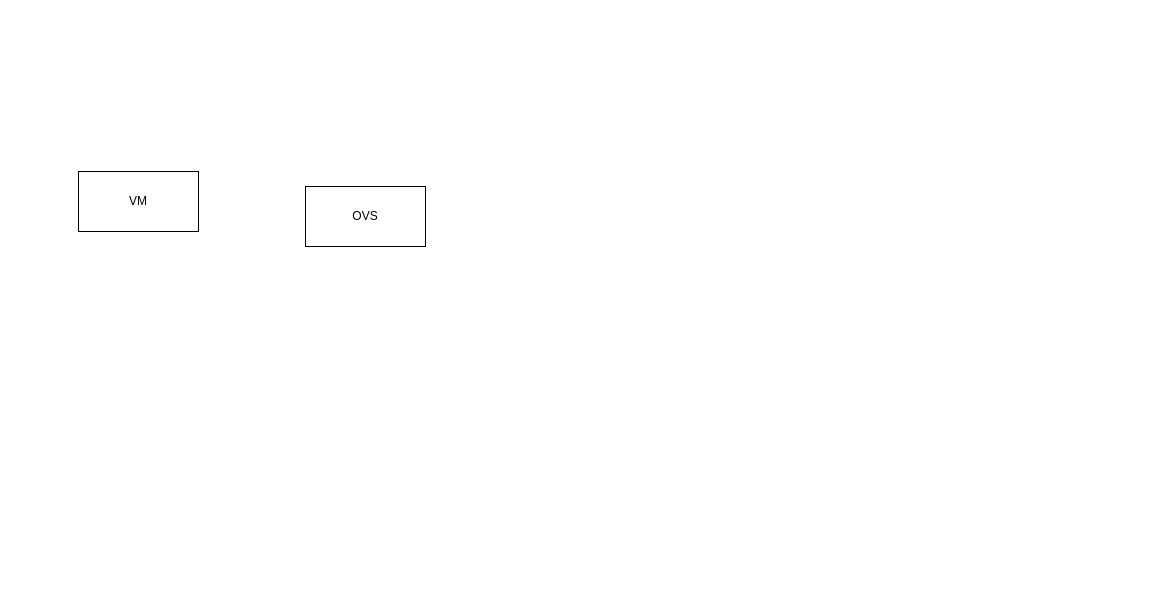
Earlier version of the draw.io diagram page "协议栈接收" (1 of 2) of kernel_network.drawio (imoceanking/drawio). Source tidied: cells renumbered, new cells numbered last; positions are measured from the earlier drawing's top-left corner, leaving out a move shared by most shapes. Both pictures are drawn from the tidied source at 100%, with x=0, y=0 at pixel (78, 171).
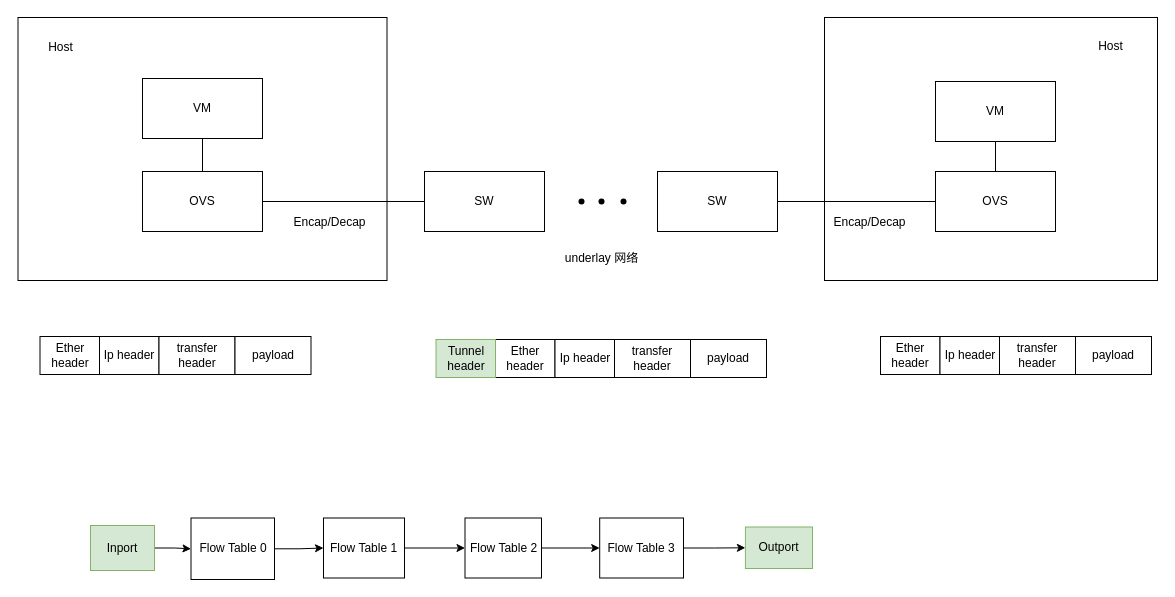
After the change.

Change to the diagram source:
```diff
@@
+    <mxCell id="4" style="rounded=0;whiteSpace=wrap;html=1;" parent="1" vertex="1">
+      <mxGeometry x="746" y="-154" width="333" height="263" as="geometry" />
+    </mxCell>
+    <mxCell id="5" style="rounded=0;whiteSpace=wrap;html=1;" parent="1" vertex="1">
+      <mxGeometry x="-60.5" y="-154" width="369" height="263" as="geometry" />
+    </mxCell>
     <mxCell id="2" value="OVS" style="rounded=0;whiteSpace=wrap;html=1;" parent="1" vertex="1">
-      <mxGeometry x="227" y="15" width="120" height="60" as="geometry" />
+      <mxGeometry x="64" width="120" height="60" as="geometry" />
     </mxCell>
     <mxCell id="3" value="VM" style="rounded=0;whiteSpace=wrap;html=1;" parent="1" vertex="1">
-      <mxGeometry width="120" height="60" as="geometry" />
+      <mxGeometry x="64" y="-93" width="120" height="60" as="geometry" />
     </mxCell>
+    <mxCell id="6" style="endArrow=none;html=1;rounded=0;exitX=0.5;exitY=1;exitDx=0;exitDy=0;entryX=0.5;entryY=0;entryDx=0;entryDy=0;" parent="1" edge="1" source="3" target="2">
+      <mxGeometry relative="1" as="geometry" />
+    </mxCell>
+    <mxCell id="7" value="OVS" style="rounded=0;whiteSpace=wrap;html=1;" parent="1" vertex="1">
+      <mxGeometry x="857" width="120" height="60" as="geometry" />
+    </mxCell>
+    <mxCell id="8" value="VM" style="rounded=0;whiteSpace=wrap;html=1;" parent="1" vertex="1">
+      <mxGeometry x="857" y="-90" width="120" height="60" as="geometry" />
+    </mxCell>
+    <mxCell id="9" style="endArrow=none;html=1;rounded=0;exitX=0.5;exitY=0;exitDx=0;exitDy=0;entryX=0.5;entryY=1;entryDx=0;entryDy=0;" parent="1" edge="1" source="7" target="8">
+      <mxGeometry relative="1" as="geometry" />
+    </mxCell>
+    <mxCell id="10" value="SW" style="rounded=0;whiteSpace=wrap;html=1;" parent="1" vertex="1">
+      <mxGeometry x="346" width="120" height="60" as="geometry" />
+    </mxCell>
+    <mxCell id="11" style="shape=waypoint;sketch=0;size=6;fillColor=none;perimeter=centerPerimeter;" parent="1" vertex="1">
+      <mxGeometry x="513" y="20" width="20" height="20" as="geometry" />
+    </mxCell>
+    <mxCell id="12" style="shape=waypoint;sketch=0;size=6;fillColor=none;perimeter=centerPerimeter;" parent="1" vertex="1">
+      <mxGeometry x="493" y="20" width="20" height="20" as="geometry" />
+    </mxCell>
+    <mxCell id="13" style="shape=waypoint;sketch=0;size=6;fillColor=none;perimeter=centerPerimeter;" parent="1" vertex="1">
+      <mxGeometry x="535" y="20" width="20" height="20" as="geometry" />
+    </mxCell>
+    <mxCell id="14" value="SW" style="rounded=0;whiteSpace=wrap;html=1;" parent="1" vertex="1">
+      <mxGeometry x="579" width="120" height="60" as="geometry" />
+    </mxCell>
+    <mxCell id="15" style="endArrow=none;html=1;rounded=0;exitX=1;exitY=0.5;exitDx=0;exitDy=0;entryX=0;entryY=0.5;entryDx=0;entryDy=0;" parent="1" edge="1" source="2" target="10">
+      <mxGeometry relative="1" as="geometry" />
+    </mxCell>
+    <mxCell id="16" style="endArrow=none;html=1;rounded=0;exitX=1;exitY=0.5;exitDx=0;exitDy=0;" parent="1" edge="1" source="14" target="7">
+      <mxGeometry relative="1" as="geometry" />
+    </mxCell>
+    <mxCell id="17" value="Host" style="text;html=1;align=center;verticalAlign=middle;strokeColor=none;fillColor=none;" parent="1" vertex="1">
+      <mxGeometry x="-40" y="-137" width="43" height="26" as="geometry" />
+    </mxCell>
+    <mxCell id="18" value="Host" style="text;html=1;align=center;verticalAlign=middle;strokeColor=none;fillColor=none;" parent="1" vertex="1">
+      <mxGeometry x="1010" y="-138" width="43" height="26" as="geometry" />
+    </mxCell>
+    <mxCell id="19" value="Encap/Decap" style="text;html=1;align=center;verticalAlign=middle;strokeColor=none;fillColor=none;" parent="1" vertex="1">
+      <mxGeometry x="206" y="38" width="90" height="26" as="geometry" />
+    </mxCell>
+    <mxCell id="20" value="Encap/Decap" style="text;html=1;align=center;verticalAlign=middle;strokeColor=none;fillColor=none;" parent="1" vertex="1">
+      <mxGeometry x="746" y="38" width="90" height="26" as="geometry" />
+    </mxCell>
+    <mxCell id="21" value="underlay 网络" style="text;html=1;align=center;verticalAlign=middle;strokeColor=none;fillColor=none;" parent="1" vertex="1">
+      <mxGeometry x="477.5" y="74" width="91" height="26" as="geometry" />
+    </mxCell>
+    <mxCell id="22" value="Ether header" style="rounded=0;whiteSpace=wrap;html=1;" parent="1" vertex="1">
+      <mxGeometry x="-38.5" y="165" width="59.5" height="38" as="geometry" />
+    </mxCell>
+    <mxCell id="23" value="Ip header" style="rounded=0;whiteSpace=wrap;html=1;" parent="1" vertex="1">
+      <mxGeometry x="21" y="165" width="59.5" height="38" as="geometry" />
+    </mxCell>
+    <mxCell id="24" value="transfer header" style="rounded=0;whiteSpace=wrap;html=1;" parent="1" vertex="1">
+      <mxGeometry x="80.5" y="165" width="76" height="38" as="geometry" />
+    </mxCell>
+    <mxCell id="25" value="payload" style="rounded=0;whiteSpace=wrap;html=1;" parent="1" vertex="1">
+      <mxGeometry x="156.5" y="165" width="76" height="38" as="geometry" />
+    </mxCell>
+    <mxCell id="26" value="Ether header" style="rounded=0;whiteSpace=wrap;html=1;" parent="1" vertex="1">
+      <mxGeometry x="802" y="165" width="59.5" height="38" as="geometry" />
+    </mxCell>
+    <mxCell id="27" value="Ip header" style="rounded=0;whiteSpace=wrap;html=1;" parent="1" vertex="1">
+      <mxGeometry x="861.5" y="165" width="59.5" height="38" as="geometry" />
+    </mxCell>
+    <mxCell id="28" value="transfer header" style="rounded=0;whiteSpace=wrap;html=1;" parent="1" vertex="1">
+      <mxGeometry x="921" y="165" width="76" height="38" as="geometry" />
+    </mxCell>
+    <mxCell id="29" value="payload" style="rounded=0;whiteSpace=wrap;html=1;" parent="1" vertex="1">
+      <mxGeometry x="997" y="165" width="76" height="38" as="geometry" />
+    </mxCell>
+    <mxCell id="30" value="Ether header" style="rounded=0;whiteSpace=wrap;html=1;" parent="1" vertex="1">
+      <mxGeometry x="417" y="168" width="59.5" height="38" as="geometry" />
+    </mxCell>
+    <mxCell id="31" value="Ip header" style="rounded=0;whiteSpace=wrap;html=1;" parent="1" vertex="1">
+      <mxGeometry x="476.5" y="168" width="59.5" height="38" as="geometry" />
+    </mxCell>
+    <mxCell id="32" value="transfer header" style="rounded=0;whiteSpace=wrap;html=1;" parent="1" vertex="1">
+      <mxGeometry x="536" y="168" width="76" height="38" as="geometry" />
+    </mxCell>
+    <mxCell id="33" value="payload" style="rounded=0;whiteSpace=wrap;html=1;" parent="1" vertex="1">
+      <mxGeometry x="612" y="168" width="76" height="38" as="geometry" />
+    </mxCell>
+    <mxCell id="34" value="Tunnel header" style="rounded=0;whiteSpace=wrap;html=1;fillColor=#d5e8d4;strokeColor=#82b366;" parent="1" vertex="1">
+      <mxGeometry x="357.5" y="168" width="59.5" height="38" as="geometry" />
+    </mxCell>
+    <mxCell id="35" style="edgeStyle=orthogonalEdgeStyle;rounded=0;jettySize=auto;html=1;" parent="1" edge="1" source="36" target="38">
+      <mxGeometry relative="1" as="geometry" />
+    </mxCell>
+    <mxCell id="36" value="Inport" style="rounded=0;whiteSpace=wrap;html=1;fillColor=#d5e8d4;strokeColor=#82b366;" parent="1" vertex="1">
+      <mxGeometry x="12" y="354" width="64" height="45" as="geometry" />
+    </mxCell>
+    <mxCell id="37" style="edgeStyle=orthogonalEdgeStyle;rounded=0;jettySize=auto;html=1;" parent="1" edge="1" source="38" target="40">
+      <mxGeometry relative="1" as="geometry" />
+    </mxCell>
+    <mxCell id="38" value="Flow Table 0" style="rounded=0;whiteSpace=wrap;html=1;" parent="1" vertex="1">
+      <mxGeometry x="112.5" y="346.5" width="83.5" height="61.5" as="geometry" />
+    </mxCell>
+    <mxCell id="39" style="edgeStyle=orthogonalEdgeStyle;rounded=0;jettySize=auto;html=1;" parent="1" edge="1" source="40" target="42">
+      <mxGeometry relative="1" as="geometry" />
+    </mxCell>
+    <mxCell id="40" value="Flow Table 1" style="whiteSpace=wrap;html=1;rounded=0;" parent="1" vertex="1">
+      <mxGeometry x="245" y="346.5" width="81" height="60" as="geometry" />
+    </mxCell>
+    <mxCell id="41" style="edgeStyle=orthogonalEdgeStyle;rounded=0;jettySize=auto;html=1;" parent="1" edge="1" source="42" target="44">
+      <mxGeometry relative="1" as="geometry" />
+    </mxCell>
+    <mxCell id="42" value="Flow Table 2" style="whiteSpace=wrap;html=1;rounded=0;" parent="1" vertex="1">
+      <mxGeometry x="386.5" y="346.5" width="76.5" height="60" as="geometry" />
+    </mxCell>
+    <mxCell id="43" style="edgeStyle=orthogonalEdgeStyle;rounded=0;jettySize=auto;html=1;" parent="1" edge="1" source="44" target="45">
+      <mxGeometry relative="1" as="geometry" />
+    </mxCell>
+    <mxCell id="44" value="Flow Table 3" style="whiteSpace=wrap;html=1;rounded=0;" parent="1" vertex="1">
+      <mxGeometry x="521.2" y="346.5" width="83.8" height="60" as="geometry" />
+    </mxCell>
+    <mxCell id="45" value="Outport" style="whiteSpace=wrap;html=1;rounded=0;fillColor=#d5e8d4;strokeColor=#82b366;" parent="1" vertex="1">
+      <mxGeometry x="666.9" y="355.5" width="67.1" height="41.5" as="geometry" />
+    </mxCell>
```
